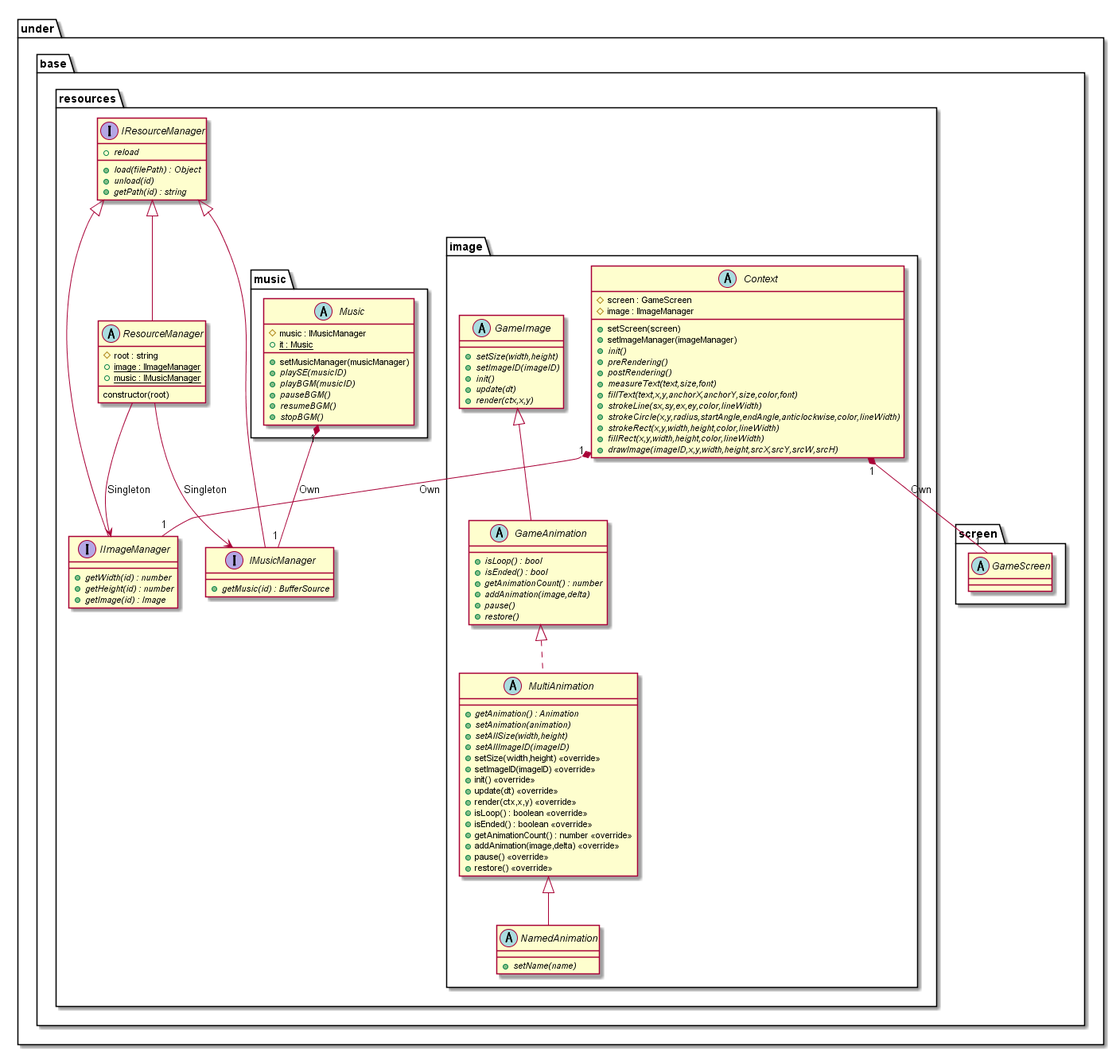
This is out/uml/gamebase/BaseResource/GameBaseBaseResource.png from Expine/Under, a PlantUML export, as it was before one commit.
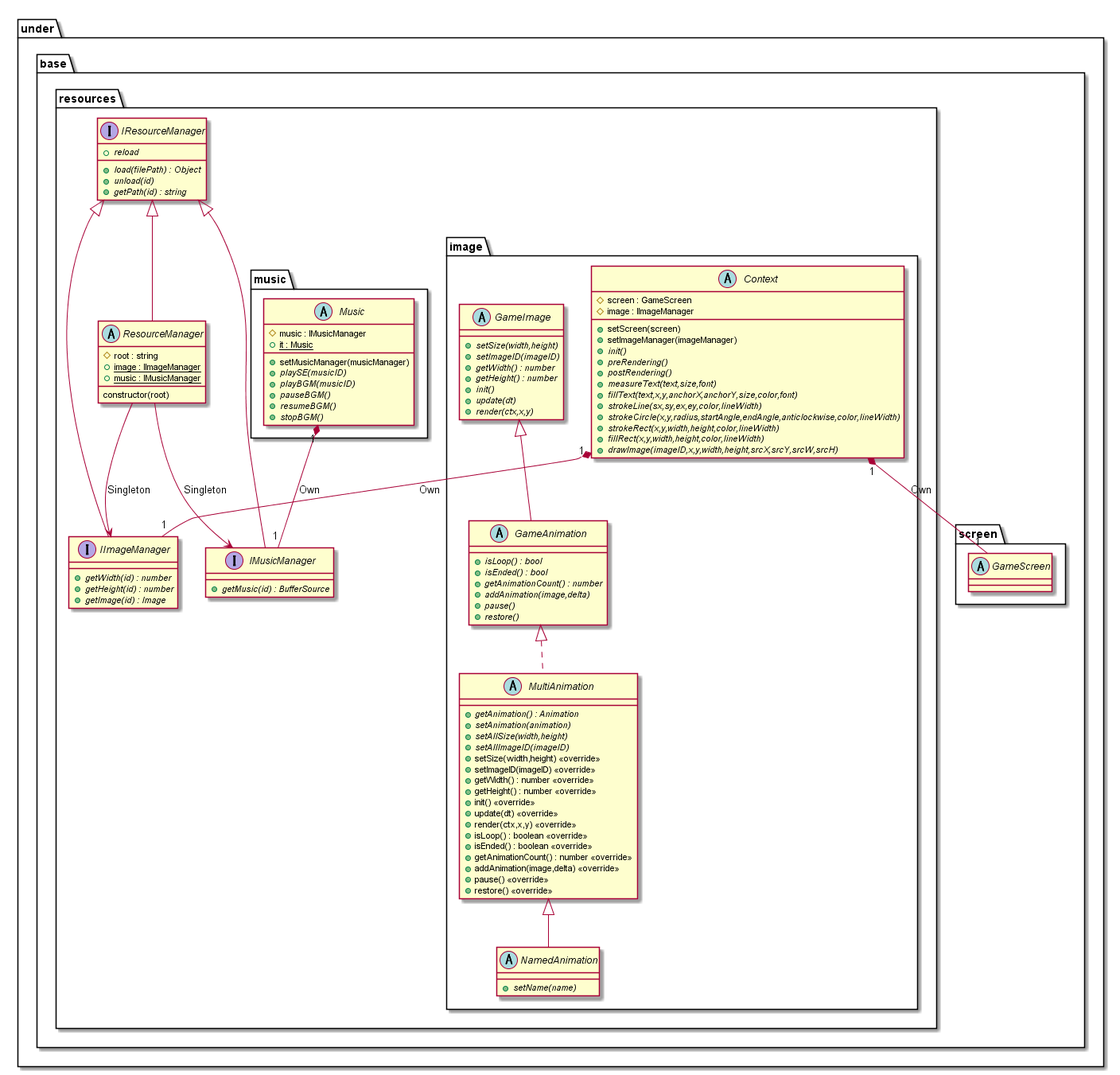
Above is the later version.

Diff of the diagram source:
```diff
@@ -58,6 +58,8 @@
                 abstract GameImage {
                     {abstract} +setSize(width,height)
                     {abstract} +setImageID(imageID)
+                    {abstract} +getWidth() : number
+                    {abstract} +getHeight() : number
                     {abstract} +init()
                     {abstract} +update(dt)
                     {abstract} +render(ctx,x,y)
@@ -78,6 +80,8 @@
                     {abstract} +setAllImageID(imageID)
                     +setSize(width,height) <<override>>
                     +setImageID(imageID) <<override>>
+                    +getWidth() : number <<override>>
+                    +getHeight() : number <<override>>
                     +init() <<override>>
                     +update(dt) <<override>>
                     +render(ctx,x,y) <<override>>
```
